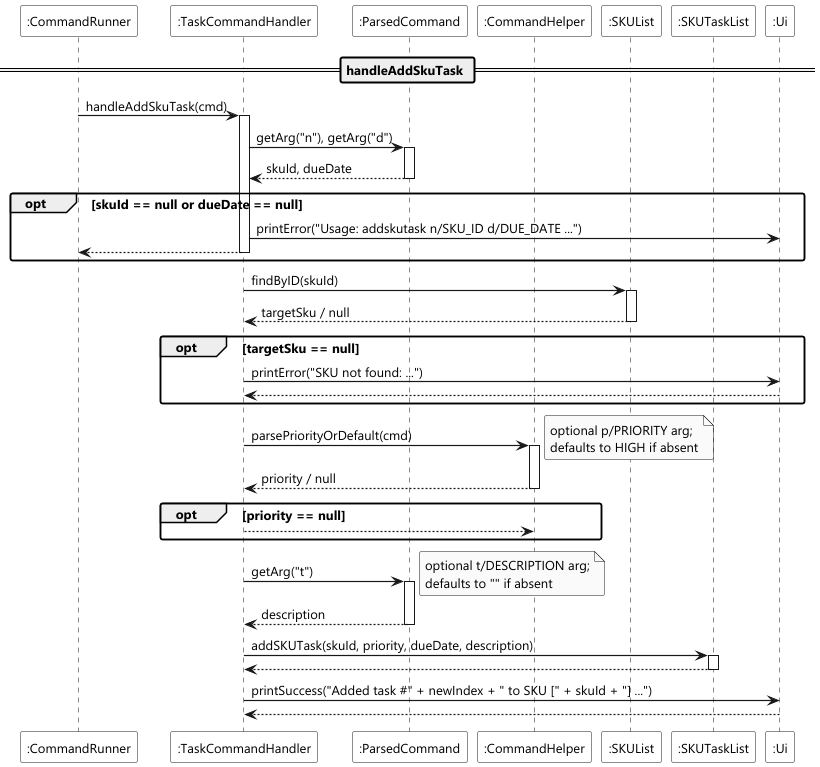
Before: docs/diagrams/command/addskutask-command-sequence.png, a diagram exported from PlantUML (heehaw1234/tp).
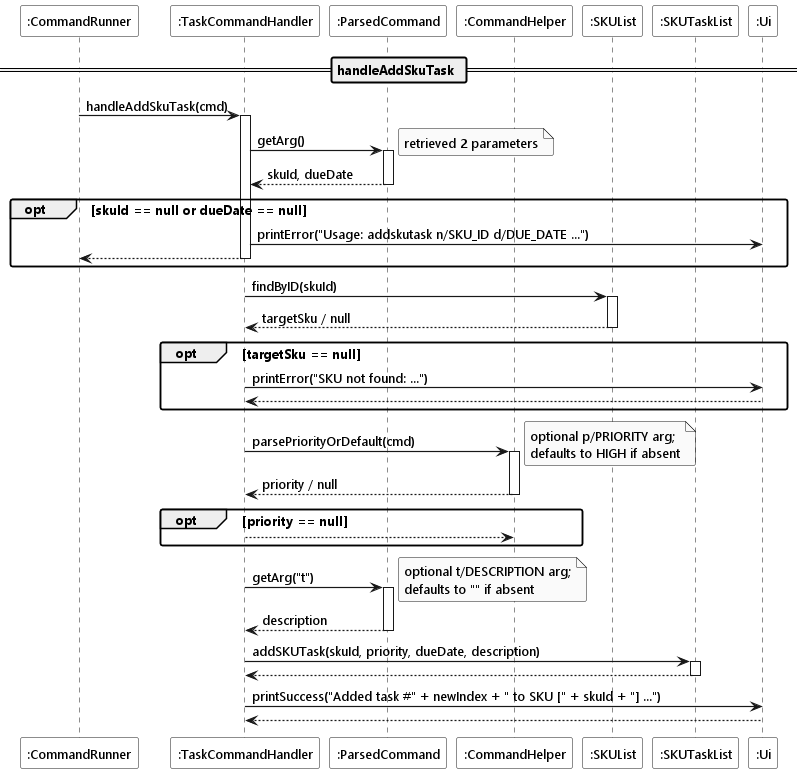
Later version of the same file.

Diff of the diagram source:
```diff
@@ -13,7 +13,8 @@
 
 runner -> handler ++ : handleAddSkuTask(cmd)
 
-handler -> cmd ++ : getArg("n"), getArg("d")
+handler -> cmd ++ : getArg()
+    note right : retrieved 2 parameters
 return skuId, dueDate
 
 opt skuId == null or dueDate == null
```
